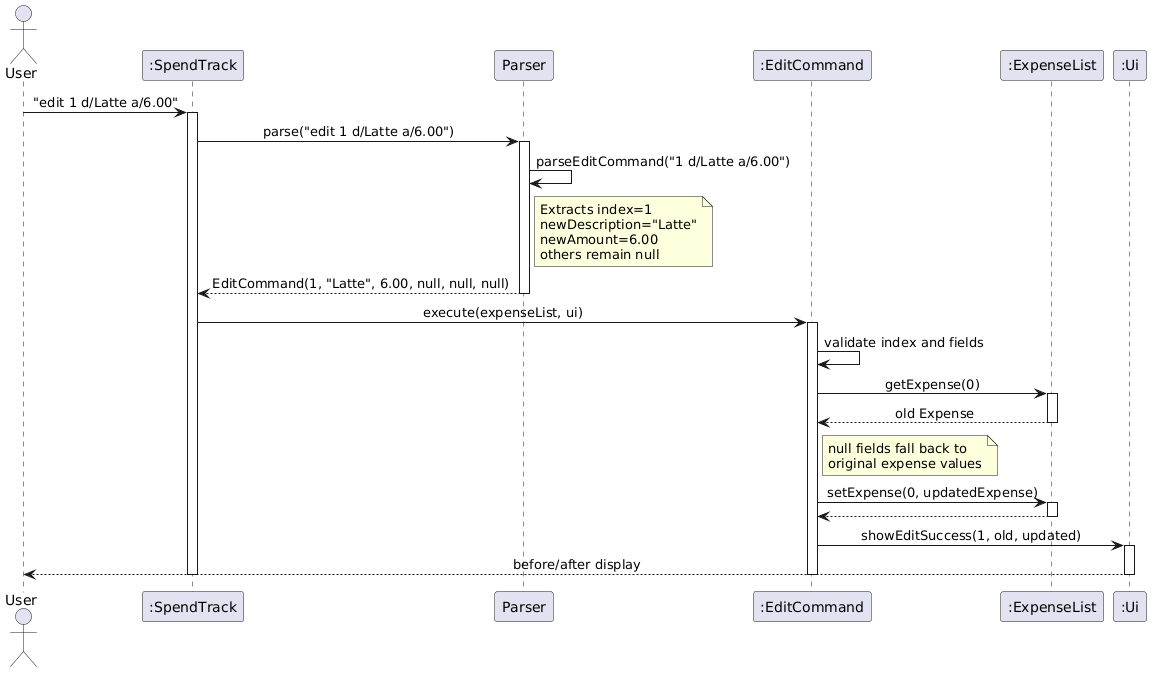
AbhijitBalajee/tp keeps this PlantUML diagram as docs/images/EditCommandSequence.png. Above is the earlier version. Source of this version:
```plantuml
@startuml
!define BGCOLOR white
skinparam backgroundColor BGCOLOR
skinparam sequenceMessageAlign center

actor User
participant ":SpendTrack" as ST
participant "Parser" as P
participant ":EditCommand" as EC
participant ":ExpenseList" as EL
participant ":Ui" as UI

User -> ST : "edit 1 d/Latte a/6.00"
activate ST
ST -> P : parse("edit 1 d/Latte a/6.00")
activate P
P -> P : parseEditCommand("1 d/Latte a/6.00")
note right of P
    Extracts index=1
    newDescription="Latte"
    newAmount=6.00
    others remain null
end note
P --> ST : EditCommand(1, "Latte", 6.00, null, null, null)
deactivate P

ST -> EC : execute(expenseList, ui)
activate EC
EC -> EC : validate index and fields
EC -> EL : getExpense(0)
activate EL
EL --> EC : old Expense
deactivate EL
note right of EC
    null fields fall back to
    original expense values
end note
EC -> EL : setExpense(0, updatedExpense)
activate EL
EL --> EC
deactivate EL
EC -> UI : showEditSuccess(1, old, updated)
activate UI
UI --> User : before/after display
deactivate UI
deactivate EC
deactivate ST
@enduml
```
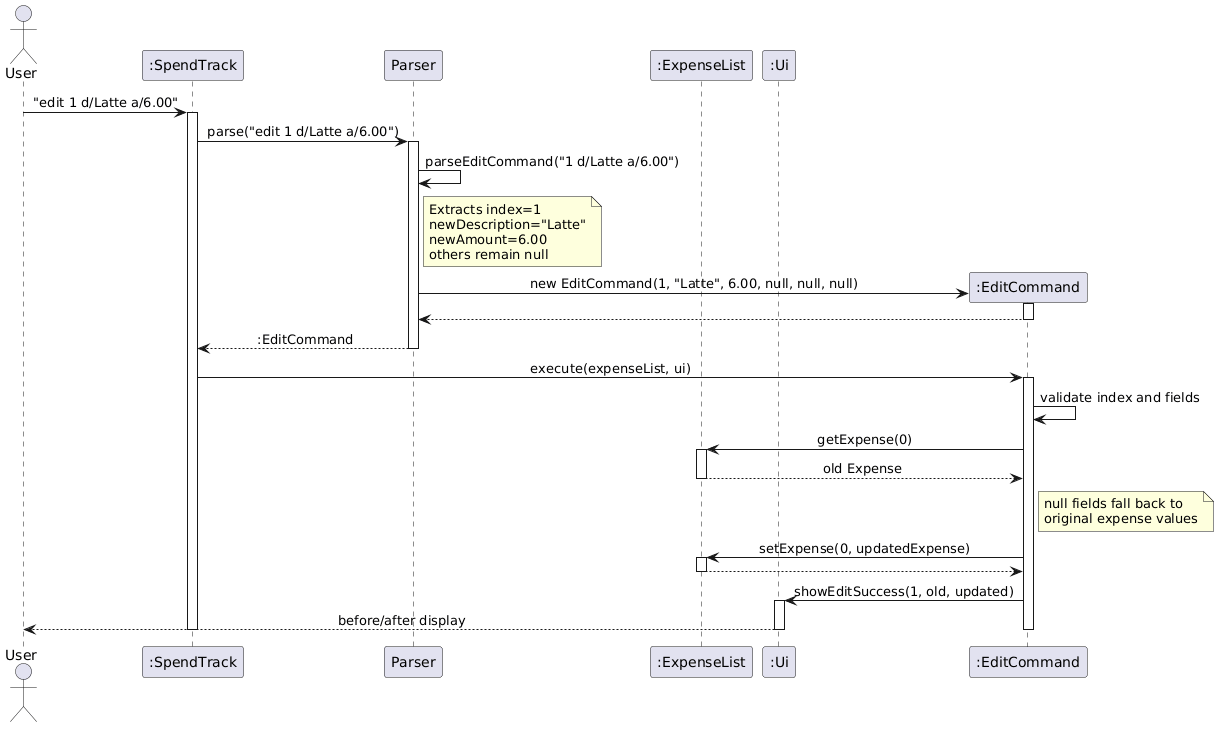
After the commit.

Commit message:
fix: correct UML diagram notation errors in DG sequence and class diagrams

The edit, as a diff of the source:
```diff
@@ -6,7 +6,6 @@
 actor User
 participant ":SpendTrack" as ST
 participant "Parser" as P
-participant ":EditCommand" as EC
 participant ":ExpenseList" as EL
 participant ":Ui" as UI
 
@@ -21,7 +20,14 @@
     newAmount=6.00
     others remain null
 end note
-P --> ST : EditCommand(1, "Latte", 6.00, null, null, null)
+
+create participant ":EditCommand" as EC
+P -> EC : new EditCommand(1, "Latte", 6.00, null, null, null)
+activate EC
+EC --> P :
+deactivate EC
+
+P --> ST : :EditCommand
 deactivate P
 
 ST -> EC : execute(expenseList, ui)
```
